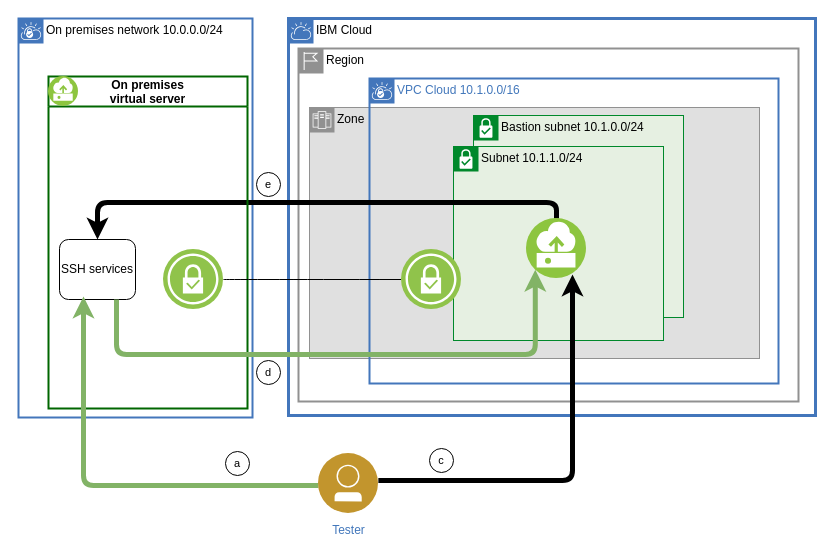
Above: page "verifyconnectivity" (2 of 10) of diagrams/vpc-site2site-vpn.drawio in ibm-cloud-docs/solution-tutorials (draw.io), before the change. Source tidied: cells renumbered, new cells numbered last; positions are measured from the earlier drawing's top-left corner, leaving out a move shared by most shapes. Both pictures are drawn from the tidied source at 100%, with x=0, y=0 at pixel (18, 18).
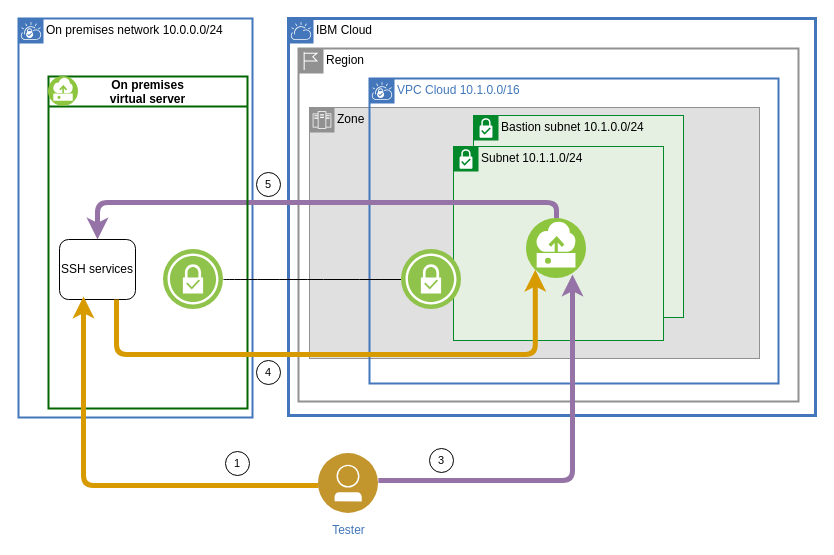
After the change.

The change refers to these unchanged cells:
```xml
<mxCell id="10" style="perimeter=ellipsePerimeter;html=1;align=center;shadow=0;dashed=0;fontColor=#4277BB;labelBackgroundColor=none;fontSize=12;spacingTop=3;image;image=img/lib/ibm/vpc/Instance.svg;labelBackgroundColor=none;" parent="1" vertex="1">
  <mxGeometry x="508" y="200" width="60" height="60" as="geometry" />
</mxCell>
<mxCell id="13" value="SSH services" style="rounded=1;whiteSpace=wrap;html=1;" parent="11" vertex="1">
  <mxGeometry x="11" y="163" width="76" height="60" as="geometry" />
</mxCell>
<mxCell id="20" value="Tester" style="perimeter=ellipsePerimeter;html=1;align=center;shadow=0;dashed=0;fontColor=#4277BB;labelBackgroundColor=#ffffff;fontSize=12;spacingTop=3;image;image=img/lib/ibm/users/user.svg;" parent="1" vertex="1">
  <mxGeometry x="300" y="435" width="60" height="60" as="geometry" />
</mxCell>
```

The edit, as a diff of the source:
```diff
@@
-    <mxCell id="9" style="edgeStyle=orthogonalEdgeStyle;shape=connector;rounded=1;jettySize=auto;html=1;entryX=0.5;entryY=0;entryDx=0;entryDy=0;labelBackgroundColor=default;fontFamily=Helvetica;fontSize=11;fontColor=default;endArrow=classic;endFill=1;strokeColor=default;strokeWidth=5;elbow=vertical;" parent="1" edge="1" source="10" target="13">
+    <mxCell id="9" style="edgeStyle=orthogonalEdgeStyle;shape=connector;rounded=1;jettySize=auto;html=1;entryX=0.5;entryY=0;entryDx=0;entryDy=0;labelBackgroundColor=default;fontFamily=Helvetica;fontSize=11;fontColor=default;endArrow=classic;endFill=1;strokeColor=#9673a6;strokeWidth=5;elbow=vertical;fillColor=#e1d5e7;" parent="1" edge="1" source="10" target="13">
       <mxGeometry relative="1" as="geometry">
         <Array as="points">
           <mxPoint x="538" y="184" />
           <mxPoint x="79" y="184" />
         </Array>
       </mxGeometry>
     </mxCell>
@@
-    <mxCell id="15" style="edgeStyle=orthogonalEdgeStyle;rounded=1;jettySize=auto;html=1;endArrow=classic;endFill=1;strokeWidth=5;elbow=vertical;fillColor=#d5e8d4;strokeColor=#82b366;entryX=0;entryY=1;entryDx=0;entryDy=0;exitX=0.75;exitY=1;exitDx=0;exitDy=0;" parent="1" edge="1" source="13" target="10">
+    <mxCell id="15" style="edgeStyle=orthogonalEdgeStyle;rounded=1;jettySize=auto;html=1;endArrow=classic;endFill=1;strokeWidth=5;elbow=vertical;fillColor=#ffe6cc;strokeColor=#d79b00;entryX=0;entryY=1;entryDx=0;entryDy=0;exitX=0.75;exitY=1;exitDx=0;exitDy=0;" parent="1" edge="1" source="13" target="10">
       <mxGeometry relative="1" as="geometry">
         <Array as="points">
           <mxPoint x="98" y="336" />
           <mxPoint x="517" y="336" />
         </Array>
       </mxGeometry>
     </mxCell>
@@
-    <mxCell id="18" style="edgeStyle=orthogonalEdgeStyle;rounded=1;jettySize=auto;html=1;elbow=vertical;fillColor=#d5e8d4;strokeColor=#82b366;strokeWidth=5;" parent="1" edge="1" source="20">
+    <mxCell id="18" style="edgeStyle=orthogonalEdgeStyle;rounded=1;jettySize=auto;html=1;elbow=vertical;fillColor=#ffe6cc;strokeColor=#d79b00;strokeWidth=5;" parent="1" edge="1" source="20">
       <mxGeometry relative="1" as="geometry">
         <mxPoint x="65" y="278" as="targetPoint" />
         <Array as="points">
           <mxPoint x="65" y="467" />
         </Array>
       </mxGeometry>
     </mxCell>
-    <mxCell id="19" style="edgeStyle=orthogonalEdgeStyle;rounded=1;jettySize=auto;html=1;endArrow=classic;endFill=1;strokeWidth=5;elbow=vertical;" parent="1" edge="1" source="20">
+    <mxCell id="19" style="edgeStyle=orthogonalEdgeStyle;rounded=1;jettySize=auto;html=1;endArrow=classic;endFill=1;strokeWidth=5;elbow=vertical;fillColor=#e1d5e7;strokeColor=#9673a6;" parent="1" edge="1" source="20">
       <mxGeometry relative="1" as="geometry">
         <mxPoint x="554" y="256" as="targetPoint" />
         <Array as="points">
           <mxPoint x="554" y="462" />
         </Array>
       </mxGeometry>
     </mxCell>
@@
-    <mxCell id="21" value="a" style="ellipse;whiteSpace=wrap;html=1;fontFamily=Helvetica;fontSize=11;fontColor=default;" parent="1" vertex="1">
+    <mxCell id="21" value="1" style="ellipse;whiteSpace=wrap;html=1;fontFamily=Helvetica;fontSize=11;fontColor=default;" parent="1" vertex="1">
       <mxGeometry x="207" y="433" width="24" height="24" as="geometry" />
     </mxCell>
-    <mxCell id="22" value="c" style="ellipse;whiteSpace=wrap;html=1;fontFamily=Helvetica;fontSize=11;fontColor=default;" parent="1" vertex="1">
+    <mxCell id="22" value="3" style="ellipse;whiteSpace=wrap;html=1;fontFamily=Helvetica;fontSize=11;fontColor=default;" parent="1" vertex="1">
       <mxGeometry x="411" y="430" width="24" height="24" as="geometry" />
     </mxCell>
-    <mxCell id="23" value="e" style="ellipse;whiteSpace=wrap;html=1;fontFamily=Helvetica;fontSize=11;fontColor=default;" parent="1" vertex="1">
+    <mxCell id="23" value="5" style="ellipse;whiteSpace=wrap;html=1;fontFamily=Helvetica;fontSize=11;fontColor=default;" parent="1" vertex="1">
       <mxGeometry x="238" y="154" width="24" height="24" as="geometry" />
     </mxCell>
-    <mxCell id="24" value="d" style="ellipse;whiteSpace=wrap;html=1;fontFamily=Helvetica;fontSize=11;fontColor=default;" parent="1" vertex="1">
+    <mxCell id="24" value="4" style="ellipse;whiteSpace=wrap;html=1;fontFamily=Helvetica;fontSize=11;fontColor=default;" parent="1" vertex="1">
       <mxGeometry x="238" y="342" width="24" height="24" as="geometry" />
     </mxCell>
```
